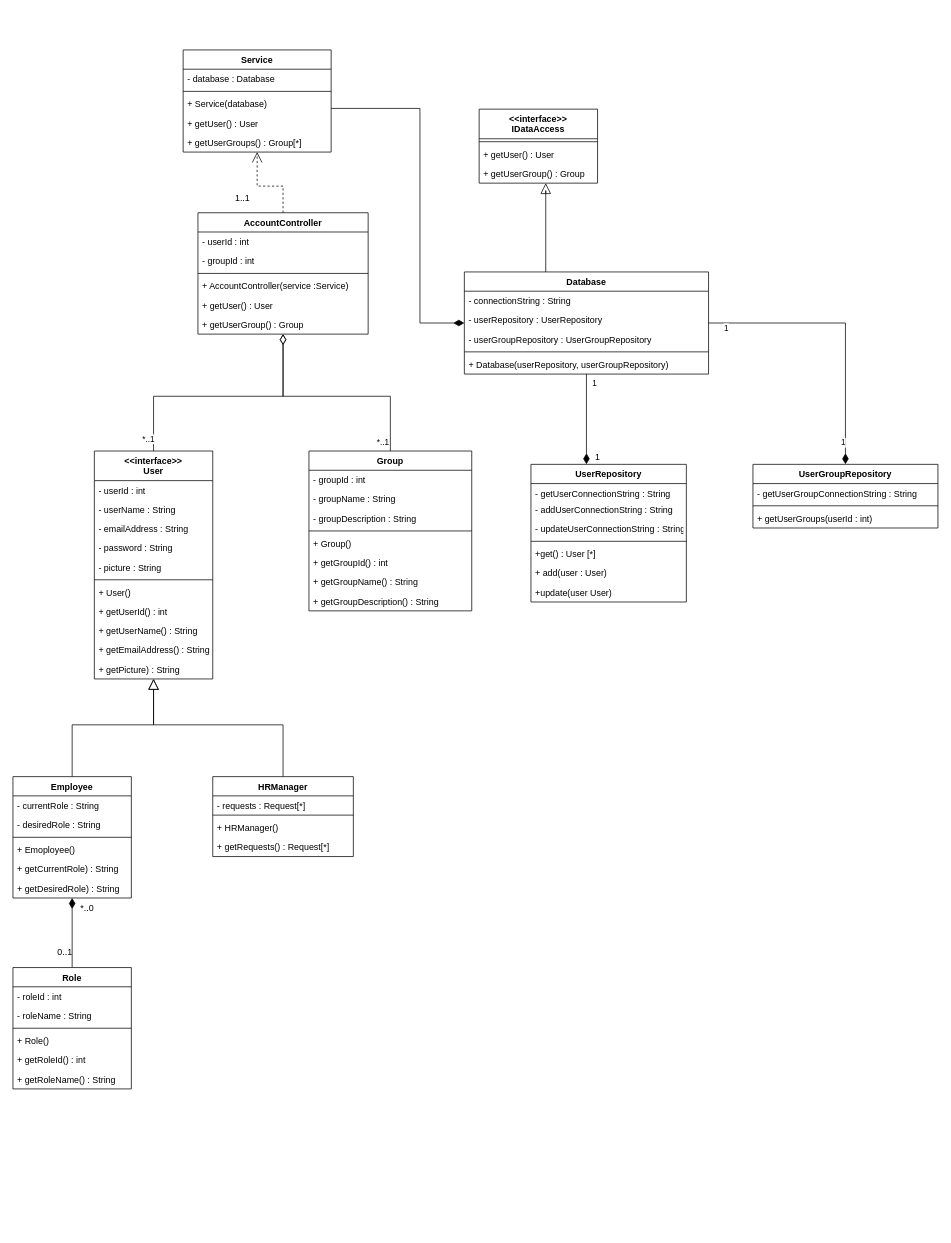
Above: LoginClassDiagram.drawio in learningCurve89/WorkBasedPortfolios (draw.io), before the change. Source tidied: cells renumbered, new cells numbered last; positions are measured from the earlier drawing's top-left corner, leaving out a move shared by most shapes. Both pictures are drawn from the tidied source at 74%, with x=0, y=0 at pixel (13, 50).
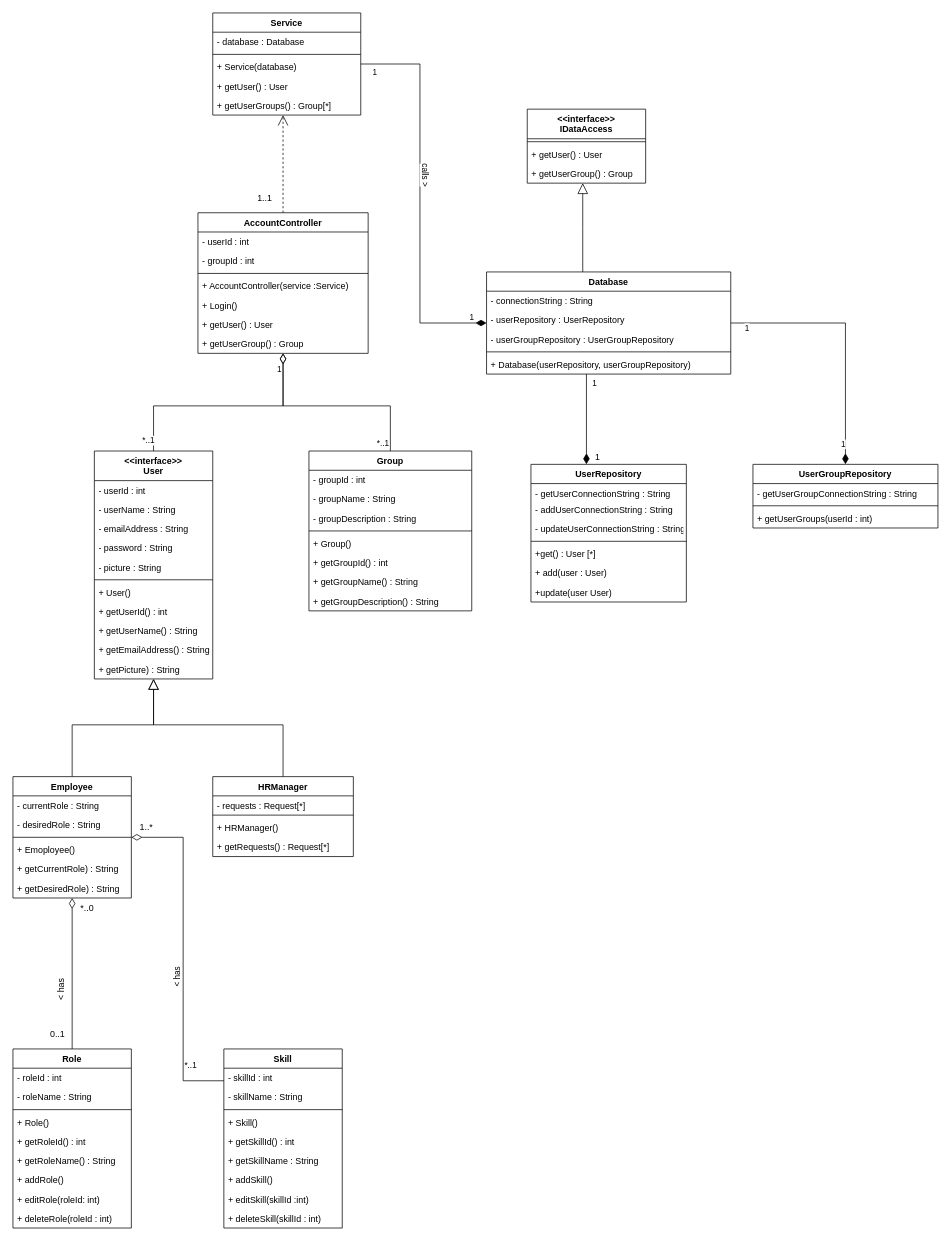
After the change.

The change refers to these unchanged cells:
```xml
<mxCell id="17" value="Employee" style="swimlane;fontStyle=1;align=center;verticalAlign=top;horizontal=1;startSize=26;" parent="1" vertex="1">
  <mxGeometry y="982" width="160" height="164" as="geometry" />
</mxCell>
<mxCell id="38" style="edgeStyle=orthogonalEdgeStyle;rounded=0;jettySize=auto;html=1;startArrow=none;startFill=0;startSize=12;endArrow=diamondThin;endFill=0;endSize=12;" parent="1" edge="1" source="40" target="31">
  <mxGeometry relative="1" as="geometry" />
</mxCell>
```

Diff of the diagram source:
```diff
@@
     <mxCell id="30" style="edgeStyle=orthogonalEdgeStyle;rounded=0;jettySize=auto;html=1;startArrow=none;startFill=0;startSize=12;endArrow=open;endFill=0;endSize=12;dashed=1;" parent="1" edge="1" source="31" target="69">
-      <mxGeometry relative="1" as="geometry" />
+      <mxGeometry relative="1" as="geometry">
+        <Array as="points">
+          <mxPoint x="365" y="120" />
+          <mxPoint x="365" y="120" />
+        </Array>
+      </mxGeometry>
     </mxCell>
     <mxCell id="31" value="AccountController" style="swimlane;fontStyle=1;align=center;verticalAlign=top;horizontal=1;startSize=26;" parent="1" vertex="1">
-      <mxGeometry x="250" y="220" width="230" height="164" as="geometry" />
+      <mxGeometry x="250" y="220" width="230" height="190" as="geometry" />
     </mxCell>
@@
+    <mxCell id="96" value="+ Login()" style="text;strokeColor=none;fillColor=none;align=left;verticalAlign=top;spacingLeft=4;spacingRight=4;overflow=hidden;" parent="31" vertex="1">
+      <mxGeometry y="112" width="230" height="26" as="geometry" />
+    </mxCell>
     <mxCell id="36" value="+ getUser() : User" style="text;strokeColor=none;fillColor=none;align=left;verticalAlign=top;spacingLeft=4;spacingRight=4;overflow=hidden;" parent="31" vertex="1">
-      <mxGeometry y="112" width="230" height="26" as="geometry" />
+      <mxGeometry y="138" width="230" height="26" as="geometry" />
     </mxCell>
     <mxCell id="37" value="+ getUserGroup() : Group" style="text;strokeColor=none;fillColor=none;align=left;verticalAlign=top;spacingLeft=4;spacingRight=4;overflow=hidden;" parent="31" vertex="1">
-      <mxGeometry y="138" width="230" height="26" as="geometry" />
+      <mxGeometry y="164" width="230" height="26" as="geometry" />
     </mxCell>
@@
+    <mxCell id="97" value="1" style="edgeLabel;html=1;align=center;verticalAlign=middle;" parent="38" vertex="1">
+      <mxGeometry x="0.85" y="6" relative="1" as="geometry" />
+    </mxCell>
@@
     <mxCell id="49" value="&lt;&lt;interface&gt;&gt;&#10;IDataAccess" style="swimlane;fontStyle=1;align=center;verticalAlign=top;horizontal=1;startSize=40;" parent="1" vertex="1">
-      <mxGeometry x="630" y="80" width="160" height="100" as="geometry" />
+      <mxGeometry x="695" y="80" width="160" height="100" as="geometry" />
     </mxCell>
@@
     <mxCell id="53" style="edgeStyle=orthogonalEdgeStyle;rounded=0;jettySize=auto;html=1;endArrow=block;endFill=0;endSize=12;" parent="1" edge="1" source="54" target="49">
       <mxGeometry relative="1" as="geometry">
         <Array as="points">
-          <mxPoint x="720" y="190" />
-          <mxPoint x="720" y="190" />
+          <mxPoint x="770" y="240" />
+          <mxPoint x="770" y="240" />
         </Array>
       </mxGeometry>
     </mxCell>
     <mxCell id="54" value="Database" style="swimlane;fontStyle=1;align=center;verticalAlign=top;horizontal=1;startSize=26;" parent="1" vertex="1">
-      <mxGeometry x="610" y="300" width="330" height="138" as="geometry" />
+      <mxGeometry x="640" y="300" width="330" height="138" as="geometry" />
     </mxCell>
@@
-    <mxCell id="60" style="edgeStyle=orthogonalEdgeStyle;rounded=0;jettySize=auto;html=1;endArrow=diamondThin;endFill=1;endSize=12;" parent="1" edge="1" source="61" target="17">
+    <mxCell id="60" style="edgeStyle=orthogonalEdgeStyle;rounded=0;jettySize=auto;html=1;endArrow=diamondThin;endFill=0;endSize=12;" parent="1" edge="1" source="61" target="17">
       <mxGeometry relative="1" as="geometry" />
     </mxCell>
     <mxCell id="61" value="Role" style="swimlane;fontStyle=1;align=center;verticalAlign=top;horizontal=1;startSize=26;" parent="1" vertex="1">
-      <mxGeometry y="1240" width="160" height="164" as="geometry" />
+      <mxGeometry y="1350" width="160" height="242" as="geometry" />
     </mxCell>
@@
+    <mxCell id="98" value="+ addRole()" style="text;strokeColor=none;fillColor=none;align=left;verticalAlign=top;spacingLeft=4;spacingRight=4;overflow=hidden;" parent="61" vertex="1">
+      <mxGeometry y="164" width="160" height="26" as="geometry" />
+    </mxCell>
+    <mxCell id="99" value="+ editRole(roleId: int)" style="text;strokeColor=none;fillColor=none;align=left;verticalAlign=top;spacingLeft=4;spacingRight=4;overflow=hidden;" parent="61" vertex="1">
+      <mxGeometry y="190" width="160" height="26" as="geometry" />
+    </mxCell>
+    <mxCell id="100" value="+ deleteRole(roleId : int)" style="text;strokeColor=none;fillColor=none;align=left;verticalAlign=top;spacingLeft=4;spacingRight=4;overflow=hidden;" parent="61" vertex="1">
+      <mxGeometry y="216" width="160" height="26" as="geometry" />
+    </mxCell>
     <mxCell id="68" style="edgeStyle=orthogonalEdgeStyle;rounded=0;jettySize=auto;html=1;startArrow=none;startFill=0;startSize=12;endArrow=diamondThin;endFill=1;endSize=12;" parent="1" edge="1" source="69" target="54">
       <mxGeometry relative="1" as="geometry">
         <Array as="points">
-          <mxPoint x="550" y="79" />
+          <mxPoint x="550" y="19" />
           <mxPoint x="550" y="369" />
         </Array>
       </mxGeometry>
     </mxCell>
+    <mxCell id="101" value="calls &amp;gt;" style="edgeLabel;html=1;align=center;verticalAlign=middle;rotation=90;" parent="68" vertex="1">
+      <mxGeometry x="-0.12" y="8" relative="1" as="geometry" />
+    </mxCell>
+    <mxCell id="102" value="1" style="edgeLabel;html=1;align=center;verticalAlign=middle;" parent="68" vertex="1">
+      <mxGeometry x="0.92" y="9" relative="1" as="geometry" />
+    </mxCell>
+    <mxCell id="103" value="1" style="edgeLabel;html=1;align=center;verticalAlign=middle;" parent="68" vertex="1">
+      <mxGeometry x="-0.93" y="-10" relative="1" as="geometry" />
+    </mxCell>
     <mxCell id="69" value="Service" style="swimlane;fontStyle=1;align=center;verticalAlign=top;horizontal=1;startSize=26;" parent="1" vertex="1">
-      <mxGeometry x="230" width="200" height="138" as="geometry" />
+      <mxGeometry x="270" y="-50" width="200" height="138" as="geometry" />
     </mxCell>
@@
     <mxCell id="93" value="0..1" style="text;html=1;align=center;verticalAlign=middle;" parent="1" vertex="1">
-      <mxGeometry x="50" y="1210" width="40" height="20" as="geometry" />
+      <mxGeometry x="40" y="1320" width="40" height="20" as="geometry" />
     </mxCell>
@@
     <mxCell id="95" value="1..1" style="text;html=1;align=center;verticalAlign=middle;" parent="1" vertex="1">
-      <mxGeometry x="290" y="190" width="40" height="20" as="geometry" />
+      <mxGeometry x="320" y="190" width="40" height="20" as="geometry" />
     </mxCell>
+    <mxCell id="104" value="&amp;lt; has" style="text;html=1;align=center;verticalAlign=middle;rotation=-90;" parent="1" vertex="1">
+      <mxGeometry x="40" y="1260" width="50" height="20" as="geometry" />
+    </mxCell>
+    <mxCell id="105" style="edgeStyle=orthogonalEdgeStyle;rounded=0;jettySize=auto;html=1;startArrow=none;startFill=0;startSize=12;endArrow=diamondThin;endFill=0;endSize=12;" parent="1" edge="1" source="108" target="17">
+      <mxGeometry relative="1" as="geometry">
+        <Array as="points">
+          <mxPoint x="230" y="1393" />
+          <mxPoint x="230" y="1064" />
+        </Array>
+      </mxGeometry>
+    </mxCell>
+    <mxCell id="106" value="*..1" style="edgeLabel;html=1;align=center;verticalAlign=middle;" parent="105" vertex="1">
+      <mxGeometry x="-0.66" y="-9" relative="1" as="geometry" />
+    </mxCell>
+    <mxCell id="107" value="&amp;lt; has" style="edgeLabel;html=1;align=center;verticalAlign=middle;rotation=-90;" parent="105" vertex="1">
+      <mxGeometry x="-0.15" y="9" relative="1" as="geometry">
+        <mxPoint y="-1" as="offset" />
+      </mxGeometry>
+    </mxCell>
+    <mxCell id="108" value="Skill" style="swimlane;fontStyle=1;align=center;verticalAlign=top;horizontal=1;startSize=26;" parent="1" vertex="1">
+      <mxGeometry x="285" y="1350" width="160" height="242" as="geometry" />
+    </mxCell>
+    <mxCell id="109" value="- skillId : int" style="text;strokeColor=none;fillColor=none;align=left;verticalAlign=top;spacingLeft=4;spacingRight=4;overflow=hidden;" parent="108" vertex="1">
+      <mxGeometry y="26" width="160" height="26" as="geometry" />
+    </mxCell>
+    <mxCell id="110" value="- skillName : String" style="text;strokeColor=none;fillColor=none;align=left;verticalAlign=top;spacingLeft=4;spacingRight=4;overflow=hidden;" parent="108" vertex="1">
+      <mxGeometry y="52" width="160" height="26" as="geometry" />
+    </mxCell>
+    <mxCell id="111" style="line;strokeWidth=1;fillColor=none;align=left;verticalAlign=middle;spacingTop=-1;spacingLeft=3;spacingRight=3;labelPosition=right;" parent="108" vertex="1">
+      <mxGeometry y="78" width="160" height="8" as="geometry" />
+    </mxCell>
+    <mxCell id="112" value="+ Skill()" style="text;strokeColor=none;fillColor=none;align=left;verticalAlign=top;spacingLeft=4;spacingRight=4;overflow=hidden;" parent="108" vertex="1">
+      <mxGeometry y="86" width="160" height="26" as="geometry" />
+    </mxCell>
+    <mxCell id="113" value="+ getSkillId() : int" style="text;strokeColor=none;fillColor=none;align=left;verticalAlign=top;spacingLeft=4;spacingRight=4;overflow=hidden;" parent="108" vertex="1">
+      <mxGeometry y="112" width="160" height="26" as="geometry" />
+    </mxCell>
+    <mxCell id="114" value="+ getSkillName : String" style="text;strokeColor=none;fillColor=none;align=left;verticalAlign=top;spacingLeft=4;spacingRight=4;overflow=hidden;" parent="108" vertex="1">
+      <mxGeometry y="138" width="160" height="26" as="geometry" />
+    </mxCell>
+    <mxCell id="115" value="+ addSkill()" style="text;strokeColor=none;fillColor=none;align=left;verticalAlign=top;spacingLeft=4;spacingRight=4;overflow=hidden;" parent="108" vertex="1">
+      <mxGeometry y="164" width="160" height="26" as="geometry" />
+    </mxCell>
+    <mxCell id="116" value="+ editSkill(skillId :int)" style="text;strokeColor=none;fillColor=none;align=left;verticalAlign=top;spacingLeft=4;spacingRight=4;overflow=hidden;" parent="108" vertex="1">
+      <mxGeometry y="190" width="160" height="26" as="geometry" />
+    </mxCell>
+    <mxCell id="117" value="+ deleteSkill(skillId : int)" style="text;strokeColor=none;fillColor=none;align=left;verticalAlign=top;spacingLeft=4;spacingRight=4;overflow=hidden;" parent="108" vertex="1">
+      <mxGeometry y="216" width="160" height="26" as="geometry" />
+    </mxCell>
+    <mxCell id="118" value="1..*" style="text;html=1;align=center;verticalAlign=middle;" parent="1" vertex="1">
+      <mxGeometry x="165" y="1040" width="30" height="20" as="geometry" />
+    </mxCell>
```
